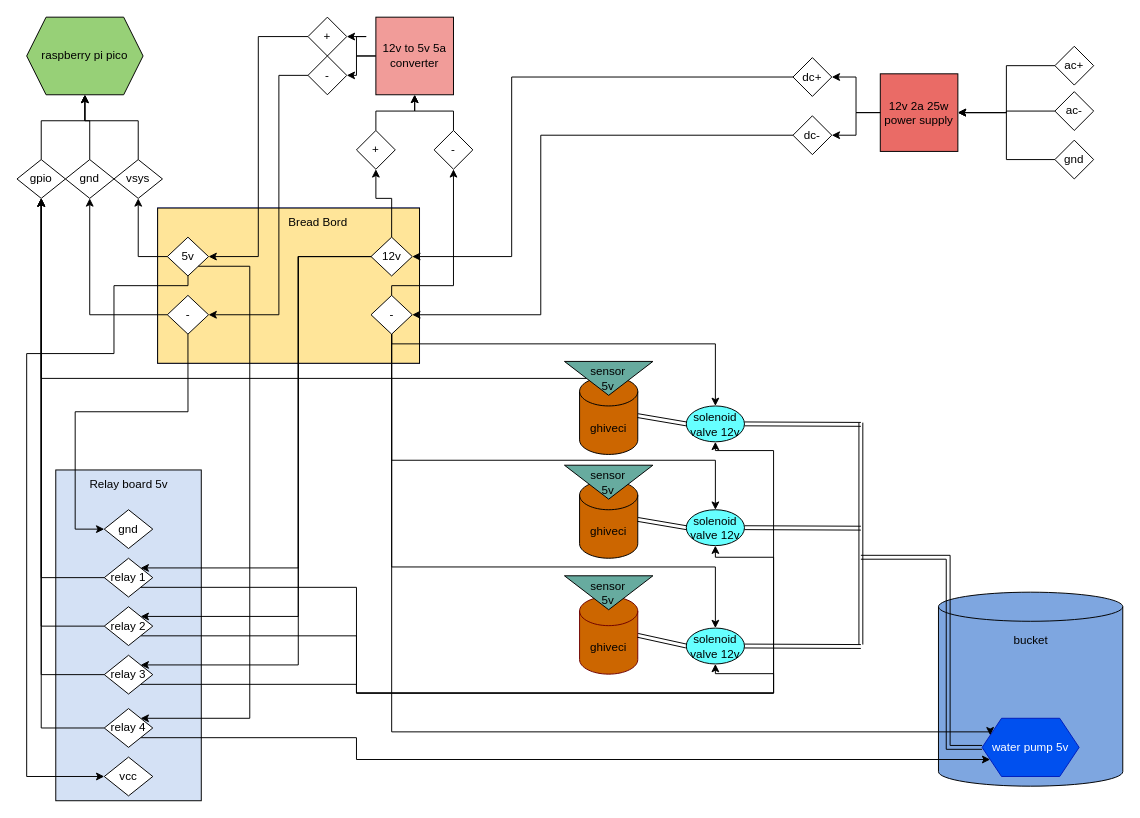
Earlier version of the draw.io diagram doc/diagram.drawio (floryn08/rpi-pico-watering-system). Source tidied: cells renumbered, new cells numbered last; positions are measured from the earlier drawing's top-left corner, leaving out a move shared by most shapes. Both pictures are drawn from the tidied source at 97%, with x=0, y=0 at pixel (16, 16).
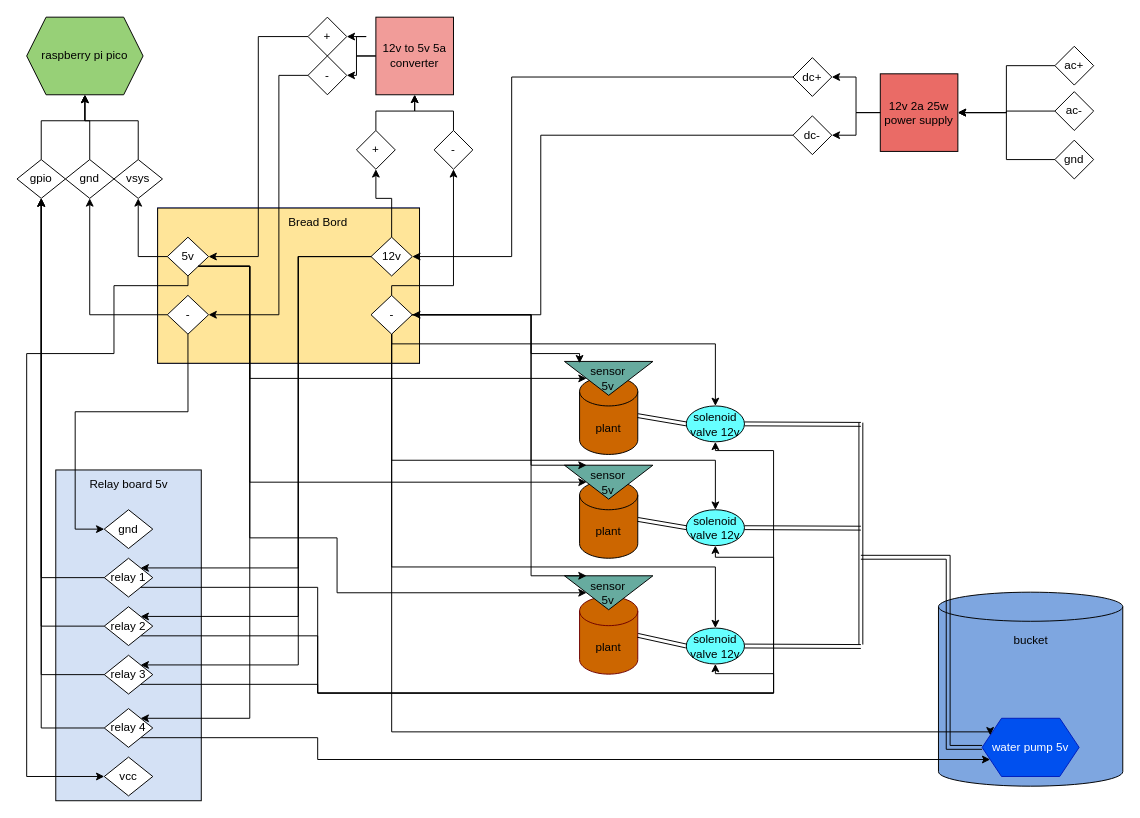
After the change.

Unchanged cells that the change refers to:
```xml
<mxCell id="5" value="5v" style="rhombus;whiteSpace=wrap;html=1;" parent="2" vertex="1">
  <mxGeometry x="10" y="30" width="42.5" height="40" as="geometry" />
</mxCell>
<mxCell id="8" value="-" style="rhombus;whiteSpace=wrap;html=1;" parent="2" vertex="1">
  <mxGeometry x="220" y="90" width="42.5" height="40" as="geometry" />
</mxCell>
<mxCell id="11" value="water pump 5v" style="shape=hexagon;perimeter=hexagonPerimeter2;whiteSpace=wrap;html=1;fixedSize=1;fillColor=#0050ef;fontColor=#ffffff;strokeColor=#001DBC;" parent="1" vertex="1">
  <mxGeometry x="995" y="723" width="100" height="60" as="geometry" />
</mxCell>
<mxCell id="12" value="solenoid &lt;br&gt;valve 12v" style="ellipse;whiteSpace=wrap;html=1;fillColor=#66FFFF;" parent="1" vertex="1">
  <mxGeometry x="690" y="401" width="60" height="37" as="geometry" />
</mxCell>
<mxCell id="14" value="relay 1" style="rhombus;whiteSpace=wrap;html=1;" parent="1" vertex="1">
  <mxGeometry x="90" y="558" width="50" height="40" as="geometry" />
</mxCell>
<mxCell id="17" value="relay 2" style="rhombus;whiteSpace=wrap;html=1;" parent="1" vertex="1">
  <mxGeometry x="90" y="608" width="50" height="40" as="geometry" />
</mxCell>
<mxCell id="20" value="relay 3" style="rhombus;whiteSpace=wrap;html=1;" parent="1" vertex="1">
  <mxGeometry x="90" y="658" width="50" height="40" as="geometry" />
</mxCell>
<mxCell id="24" value="relay 4" style="rhombus;whiteSpace=wrap;html=1;" parent="1" vertex="1">
  <mxGeometry x="90" y="713" width="50" height="40" as="geometry" />
</mxCell>
<mxCell id="27" value="sensor&lt;br&gt;5v" style="triangle;whiteSpace=wrap;html=1;rotation=90;horizontal=0;fillColor=#67AB9F;" parent="1" vertex="1">
  <mxGeometry x="592.5" y="327" width="35" height="91.2" as="geometry" />
</mxCell>
<mxCell id="29" value="sensor&lt;br&gt;5v" style="triangle;whiteSpace=wrap;html=1;rotation=90;horizontal=0;fillColor=#67AB9F;" parent="1" vertex="1">
  <mxGeometry x="592.5" y="434" width="35" height="91.2" as="geometry" />
</mxCell>
<mxCell id="31" value="sensor&lt;br&gt;5v" style="triangle;whiteSpace=wrap;html=1;rotation=90;horizontal=0;fillColor=#67AB9F;" parent="1" vertex="1">
  <mxGeometry x="592.5" y="548" width="35" height="91.2" as="geometry" />
</mxCell>
<mxCell id="39" value="gpio" style="rhombus;whiteSpace=wrap;html=1;" parent="1" vertex="1">
  <mxGeometry y="147" width="50" height="40" as="geometry" />
</mxCell>
<mxCell id="49" value="solenoid&lt;br&gt;valve 12v" style="ellipse;whiteSpace=wrap;html=1;fillColor=#66FFFF;" parent="1" vertex="1">
  <mxGeometry x="690" y="508" width="60" height="37" as="geometry" />
</mxCell>
<mxCell id="50" value="solenoid&lt;br&gt;valve 12v" style="ellipse;whiteSpace=wrap;html=1;fillColor=#66FFFF;" parent="1" vertex="1">
  <mxGeometry x="690" y="630" width="60" height="37" as="geometry" />
</mxCell>
```

What changed in the source:
```diff
@@
     <mxCell id="16" style="edgeStyle=orthogonalEdgeStyle;rounded=0;jettySize=auto;html=1;exitX=1;exitY=1;exitDx=0;exitDy=0;entryX=0.5;entryY=1;entryDx=0;entryDy=0;" parent="1" edge="1" source="17" target="50">
       <mxGeometry relative="1" as="geometry">
         <Array as="points">
-          <mxPoint x="350" y="638" />
-          <mxPoint x="350" y="697" />
+          <mxPoint x="310" y="638" />
+          <mxPoint x="310" y="697" />
           <mxPoint x="780" y="697" />
           <mxPoint x="780" y="677" />
           <mxPoint x="720" y="677" />
         </Array>
       </mxGeometry>
     </mxCell>
@@
     <mxCell id="19" style="edgeStyle=orthogonalEdgeStyle;rounded=0;jettySize=auto;html=1;exitX=1;exitY=1;exitDx=0;exitDy=0;entryX=0.5;entryY=1;entryDx=0;entryDy=0;" parent="1" edge="1" source="20" target="49">
       <mxGeometry relative="1" as="geometry">
         <Array as="points">
-          <mxPoint x="350" y="688" />
-          <mxPoint x="350" y="697" />
+          <mxPoint x="310" y="688" />
+          <mxPoint x="310" y="697" />
           <mxPoint x="780" y="697" />
           <mxPoint x="780" y="557" />
           <mxPoint x="720" y="557" />
         </Array>
       </mxGeometry>
     </mxCell>
@@
     <mxCell id="22" style="edgeStyle=orthogonalEdgeStyle;rounded=0;jettySize=auto;html=1;exitX=1;exitY=1;exitDx=0;exitDy=0;entryX=0.5;entryY=1;entryDx=0;entryDy=0;" parent="1" edge="1" source="14" target="12">
       <mxGeometry relative="1" as="geometry">
         <Array as="points">
-          <mxPoint x="350" y="588" />
-          <mxPoint x="350" y="697" />
+          <mxPoint x="310" y="588" />
+          <mxPoint x="310" y="697" />
           <mxPoint x="780" y="697" />
           <mxPoint x="780" y="447" />
           <mxPoint x="720" y="447" />
         </Array>
       </mxGeometry>
     </mxCell>
     <mxCell id="23" style="edgeStyle=orthogonalEdgeStyle;rounded=0;jettySize=auto;html=1;exitX=1;exitY=1;exitDx=0;exitDy=0;entryX=0;entryY=0.75;entryDx=0;entryDy=0;" parent="1" edge="1" source="24" target="11">
       <mxGeometry relative="1" as="geometry">
         <Array as="points">
-          <mxPoint x="350" y="743" />
-          <mxPoint x="350" y="766" />
+          <mxPoint x="310" y="743" />
+          <mxPoint x="310" y="766" />
         </Array>
       </mxGeometry>
     </mxCell>
@@
-    <mxCell id="25" value="ghiveci" style="shape=cylinder3;whiteSpace=wrap;html=1;boundedLbl=1;backgroundOutline=1;size=15;fillColor=#CC6600;" parent="1" vertex="1">
+    <mxCell id="25" value="plant" style="shape=cylinder3;whiteSpace=wrap;html=1;boundedLbl=1;backgroundOutline=1;size=15;fillColor=#CC6600;" parent="1" vertex="1">
       <mxGeometry x="580" y="371" width="60" height="80" as="geometry" />
     </mxCell>
-    <mxCell id="26" style="edgeStyle=orthogonalEdgeStyle;rounded=0;jettySize=auto;html=1;entryX=0.5;entryY=1;entryDx=0;entryDy=0;" parent="1" edge="1" source="27" target="39">
-      <mxGeometry relative="1" as="geometry" />
-    </mxCell>
@@
-    <mxCell id="28" value="ghiveci" style="shape=cylinder3;whiteSpace=wrap;html=1;boundedLbl=1;backgroundOutline=1;size=15;fillColor=#CC6600;" parent="1" vertex="1">
+    <mxCell id="28" value="plant" style="shape=cylinder3;whiteSpace=wrap;html=1;boundedLbl=1;backgroundOutline=1;size=15;fillColor=#CC6600;" parent="1" vertex="1">
       <mxGeometry x="580" y="478" width="60" height="80" as="geometry" />
     </mxCell>
@@
-    <mxCell id="30" value="ghiveci" style="shape=cylinder3;whiteSpace=wrap;html=1;boundedLbl=1;backgroundOutline=1;size=15;fillColor=#CC6600;fontColor=#000000;strokeColor=#6F0000;" parent="1" vertex="1">
+    <mxCell id="30" value="plant" style="shape=cylinder3;whiteSpace=wrap;html=1;boundedLbl=1;backgroundOutline=1;size=15;fillColor=#CC6600;fontColor=#000000;strokeColor=#6F0000;" parent="1" vertex="1">
       <mxGeometry x="580" y="597.5" width="60" height="80" as="geometry" />
     </mxCell>
@@
+    <mxCell id="92" style="edgeStyle=orthogonalEdgeStyle;rounded=0;jettySize=auto;html=1;strokeColor=#000000;exitX=1;exitY=0.5;exitDx=0;exitDy=0;" parent="1" edge="1" source="8">
+      <mxGeometry relative="1" as="geometry">
+        <mxPoint x="580" y="357" as="targetPoint" />
+        <Array as="points">
+          <mxPoint x="530" y="307" />
+          <mxPoint x="530" y="347" />
+          <mxPoint x="580" y="347" />
+        </Array>
+      </mxGeometry>
+    </mxCell>
+    <mxCell id="93" style="edgeStyle=orthogonalEdgeStyle;rounded=0;jettySize=auto;html=1;entryX=0;entryY=0.75;entryDx=0;entryDy=0;strokeColor=#000000;" parent="1" edge="1" source="8" target="29">
+      <mxGeometry relative="1" as="geometry">
+        <Array as="points">
+          <mxPoint x="530" y="307" />
+          <mxPoint x="530" y="462" />
+        </Array>
+      </mxGeometry>
+    </mxCell>
+    <mxCell id="94" style="edgeStyle=orthogonalEdgeStyle;rounded=0;jettySize=auto;html=1;entryX=0;entryY=0.75;entryDx=0;entryDy=0;strokeColor=#000000;" parent="1" edge="1" source="8" target="31">
+      <mxGeometry relative="1" as="geometry">
+        <Array as="points">
+          <mxPoint x="530" y="307" />
+          <mxPoint x="530" y="576" />
+        </Array>
+      </mxGeometry>
+    </mxCell>
+    <mxCell id="95" style="edgeStyle=orthogonalEdgeStyle;rounded=0;jettySize=auto;html=1;exitX=1;exitY=1;exitDx=0;exitDy=0;entryX=0.5;entryY=1;entryDx=0;entryDy=0;strokeColor=#000000;" parent="1" edge="1" source="5" target="27">
+      <mxGeometry relative="1" as="geometry">
+        <Array as="points">
+          <mxPoint x="240" y="257" />
+          <mxPoint x="240" y="373" />
+        </Array>
+      </mxGeometry>
+    </mxCell>
+    <mxCell id="96" style="edgeStyle=orthogonalEdgeStyle;rounded=0;jettySize=auto;html=1;exitX=1;exitY=1;exitDx=0;exitDy=0;entryX=0.5;entryY=1;entryDx=0;entryDy=0;strokeColor=#000000;" parent="1" edge="1" source="5" target="29">
+      <mxGeometry relative="1" as="geometry">
+        <Array as="points">
+          <mxPoint x="240" y="257" />
+          <mxPoint x="240" y="480" />
+        </Array>
+      </mxGeometry>
+    </mxCell>
+    <mxCell id="97" style="edgeStyle=orthogonalEdgeStyle;rounded=0;jettySize=auto;html=1;exitX=1;exitY=1;exitDx=0;exitDy=0;entryX=0.5;entryY=1;entryDx=0;entryDy=0;strokeColor=#000000;" parent="1" edge="1" source="5" target="31">
+      <mxGeometry relative="1" as="geometry">
+        <Array as="points">
+          <mxPoint x="240" y="257" />
+          <mxPoint x="240" y="537" />
+          <mxPoint x="330" y="537" />
+          <mxPoint x="330" y="594" />
+        </Array>
+      </mxGeometry>
+    </mxCell>
```
